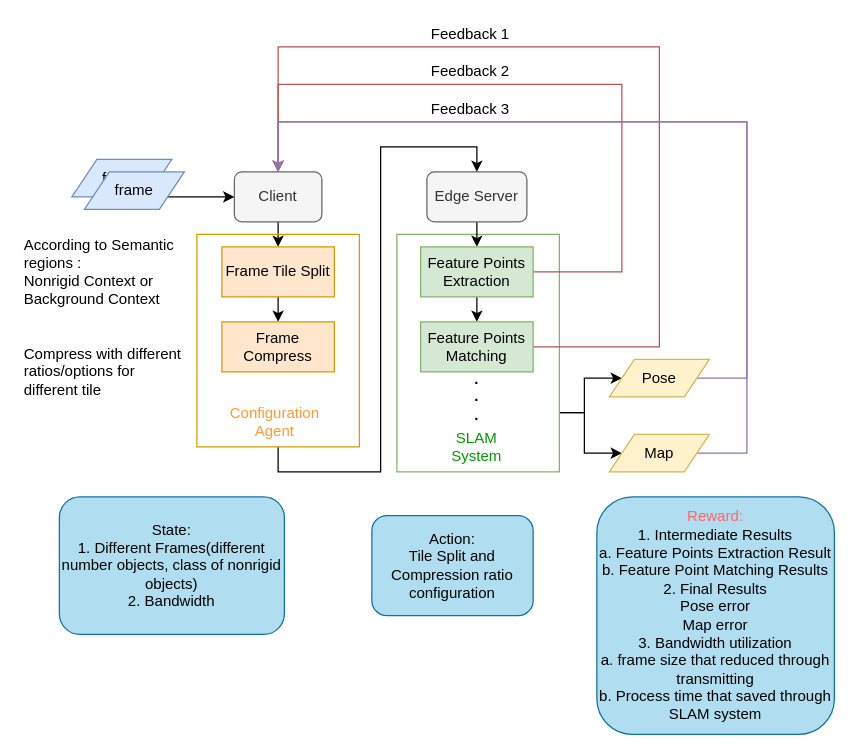
This is SLAM.drawio from Yvonne0413/HRNet-FCOS, a draw.io file, before an edit. Source tidied: cells renumbered, new cells numbered last; positions are measured from the earlier drawing's top-left corner, leaving out a move shared by most shapes. Both pictures are drawn from the tidied source at 125%, with x=0, y=0 at pixel (21, 21).
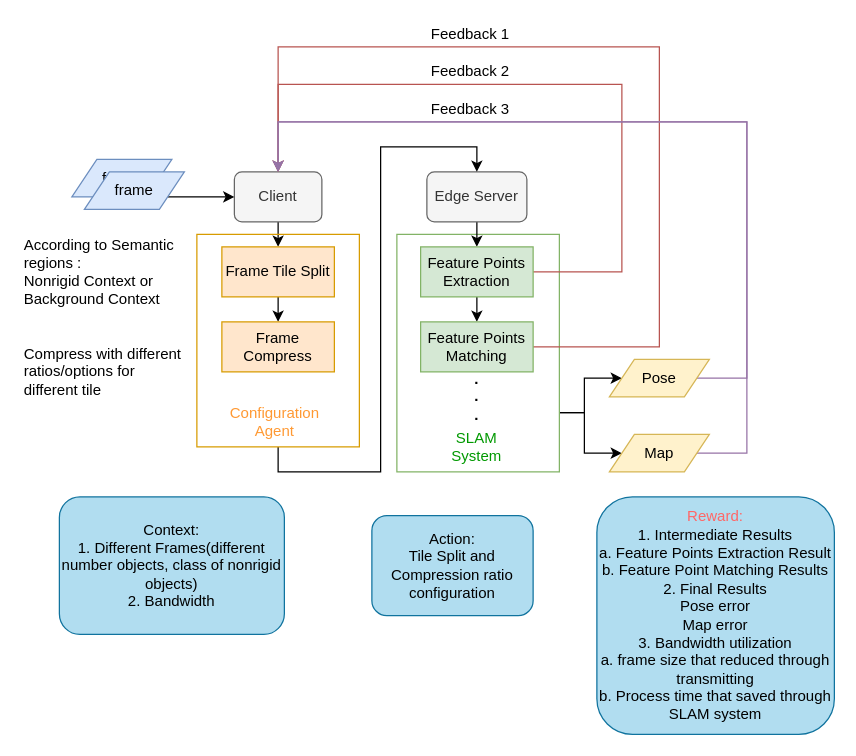
Above is the later version.

Change to the diagram source:
```diff
@@
-    <mxCell id="32" value="State:&lt;br&gt;&lt;div&gt;&lt;div&gt;&lt;span style=&quot;background-color: transparent&quot;&gt;1. Different Frames&lt;/span&gt;&lt;span style=&quot;background-color: transparent&quot;&gt;(different number objects, class of nonrigid objects)&lt;/span&gt;&lt;/div&gt;&lt;span style=&quot;background-color: transparent&quot;&gt;&lt;div&gt;&lt;span style=&quot;background-color: transparent&quot;&gt;2. Bandwidth&lt;/span&gt;&lt;/div&gt;&lt;/span&gt;&lt;/div&gt;" style="rounded=1;whiteSpace=wrap;html=1;strokeColor=#10739e;strokeWidth=1;fillColor=#b1ddf0;align=center;" parent="1" vertex="1">
+    <mxCell id="32" value="Context:&lt;br&gt;&lt;div&gt;&lt;div&gt;&lt;span style=&quot;background-color: transparent&quot;&gt;1. Different Frames&lt;/span&gt;&lt;span style=&quot;background-color: transparent&quot;&gt;(different number objects, class of nonrigid objects)&lt;/span&gt;&lt;/div&gt;&lt;span style=&quot;background-color: transparent&quot;&gt;&lt;div&gt;&lt;span style=&quot;background-color: transparent&quot;&gt;2. Bandwidth&lt;/span&gt;&lt;/div&gt;&lt;/span&gt;&lt;/div&gt;" style="rounded=1;whiteSpace=wrap;html=1;strokeColor=#10739e;strokeWidth=1;fillColor=#b1ddf0;align=center;" parent="1" vertex="1">
       <mxGeometry x="30" y="380" width="180" height="110" as="geometry" />
     </mxCell>
```
